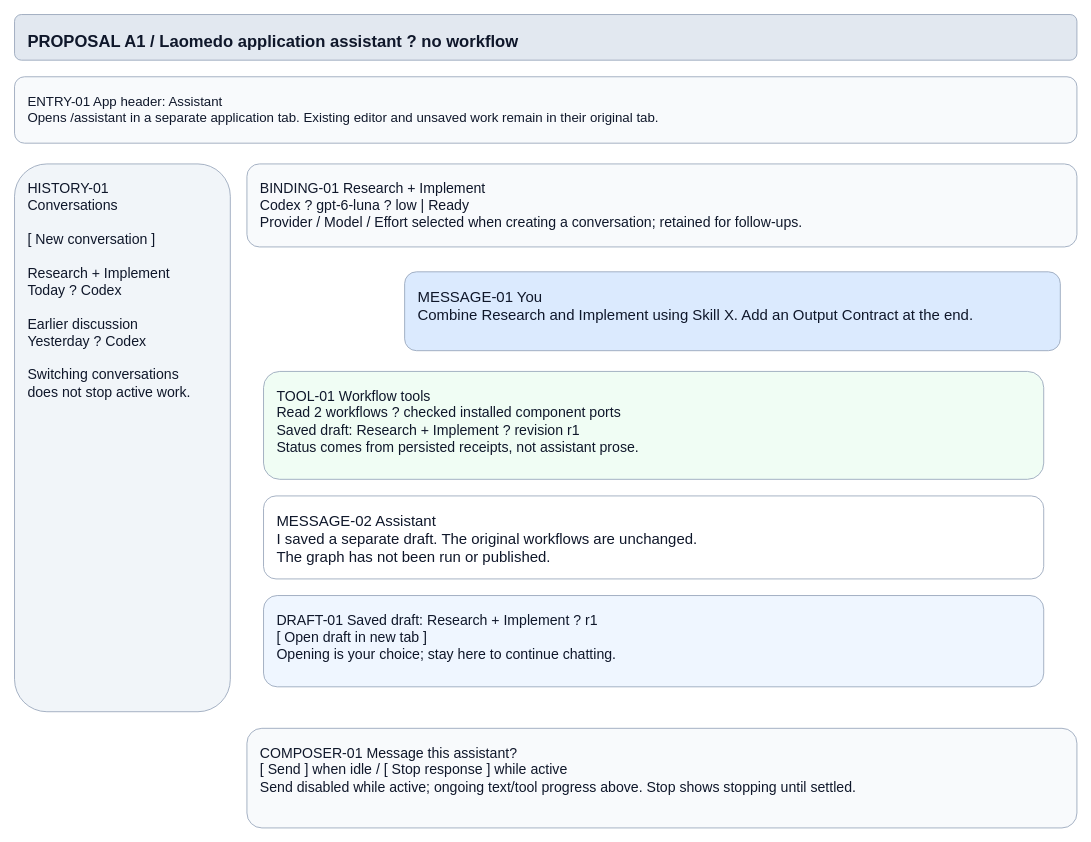
Earlier version of the draw.io diagram page "A1 - Normal persistent chat" (1 of 2) of projects/laomedo/subsystems/agent-execution/design/application-assistant.drawio (amadou-6e/specs). Source tidied: cells renumbered, new cells numbered last; positions are measured from the earlier drawing's top-left corner, leaving out a move shared by most shapes. Both pictures are drawn from the tidied source at 83%, with x=0, y=0 at pixel (14, 14).
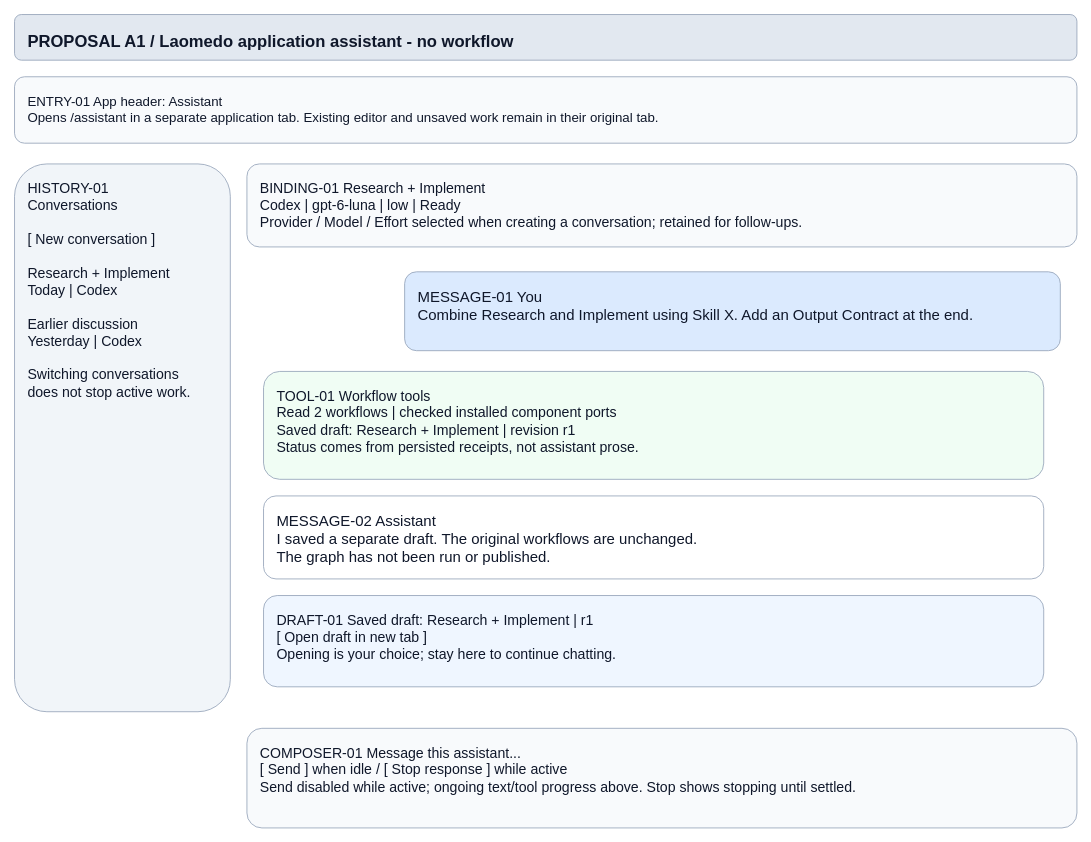
The same page after the edit.

Commit message (it also covers changes not shown here):
docs: make assistant state transitions readable

What changed in the source:
```diff
@@
 <mxGraphModel>
   <root>
     <mxCell id="0" />
     <mxCell id="1" parent="0" />
-    <mxCell id="2" value="PROPOSAL A1 / Laomedo application assistant ? no workflow" style="rounded=1;whiteSpace=wrap;html=0;fillColor=#e2e8f0;strokeColor=#94a3b8;fontColor=#0f172a;fontFamily=Arial;fontSize=20;align=left;verticalAlign=top;spacing=16;fontStyle=1;" parent="1" vertex="1">
+    <mxCell id="2" value="PROPOSAL A1 / Laomedo application assistant - no workflow" style="rounded=1;whiteSpace=wrap;html=0;fillColor=#e2e8f0;strokeColor=#94a3b8;fontColor=#0f172a;fontFamily=Arial;fontSize=20;align=left;verticalAlign=top;spacing=16;fontStyle=1;" parent="1" vertex="1">
       <mxGeometry width="1280" height="55" as="geometry" />
     </mxCell>
     <mxCell id="3" value="ENTRY-01  App header: Assistant&#10;Opens /assistant in a separate application tab. Existing editor and unsaved work remain in their original tab." style="rounded=1;whiteSpace=wrap;html=0;fillColor=#f8fafc;strokeColor=#94a3b8;fontColor=#0f172a;fontFamily=Arial;fontSize=16;align=left;verticalAlign=top;spacing=16;" parent="1" vertex="1">
       <mxGeometry y="75" width="1280" height="80" as="geometry" />
     </mxCell>
-    <mxCell id="4" value="HISTORY-01&#10;Conversations&#10;&#10;[ New conversation ]&#10;&#10;Research + Implement&#10;Today ? Codex&#10;&#10;Earlier discussion&#10;Yesterday ? Codex&#10;&#10;Switching conversations&#10;does not stop active work." style="rounded=1;whiteSpace=wrap;html=0;fillColor=#f1f5f9;strokeColor=#94a3b8;fontColor=#0f172a;fontFamily=Arial;fontSize=17;align=left;verticalAlign=top;spacing=16;" parent="1" vertex="1">
+    <mxCell id="4" value="HISTORY-01&#10;Conversations&#10;&#10;[ New conversation ]&#10;&#10;Research + Implement&#10;Today | Codex&#10;&#10;Earlier discussion&#10;Yesterday | Codex&#10;&#10;Switching conversations&#10;does not stop active work." style="rounded=1;whiteSpace=wrap;html=0;fillColor=#f1f5f9;strokeColor=#94a3b8;fontColor=#0f172a;fontFamily=Arial;fontSize=17;align=left;verticalAlign=top;spacing=16;" parent="1" vertex="1">
       <mxGeometry y="180" width="260" height="660" as="geometry" />
     </mxCell>
-    <mxCell id="5" value="BINDING-01  Research + Implement&#10;Codex ? gpt-6-luna ? low  |  Ready&#10;Provider / Model / Effort selected when creating a conversation; retained for follow-ups." style="rounded=1;whiteSpace=wrap;html=0;fillColor=#f8fafc;strokeColor=#94a3b8;fontColor=#0f172a;fontFamily=Arial;fontSize=17;align=left;verticalAlign=top;spacing=16;" parent="1" vertex="1">
+    <mxCell id="5" value="BINDING-01  Research + Implement&#10;Codex | gpt-6-luna | low  |  Ready&#10;Provider / Model / Effort selected when creating a conversation; retained for follow-ups." style="rounded=1;whiteSpace=wrap;html=0;fillColor=#f8fafc;strokeColor=#94a3b8;fontColor=#0f172a;fontFamily=Arial;fontSize=17;align=left;verticalAlign=top;spacing=16;" parent="1" vertex="1">
       <mxGeometry x="280" y="180" width="1000" height="100" as="geometry" />
     </mxCell>
     <mxCell id="6" value="MESSAGE-01  You&#10;Combine Research and Implement using Skill X. Add an Output Contract at the end." style="rounded=1;whiteSpace=wrap;html=0;fillColor=#dbeafe;strokeColor=#94a3b8;fontColor=#0f172a;fontFamily=Arial;fontSize=18;align=left;verticalAlign=top;spacing=16;" parent="1" vertex="1">
       <mxGeometry x="470" y="310" width="790" height="95" as="geometry" />
     </mxCell>
-    <mxCell id="7" value="TOOL-01  Workflow tools&#10;Read 2 workflows ? checked installed component ports&#10;Saved draft: Research + Implement ? revision r1&#10;Status comes from persisted receipts, not assistant prose." style="rounded=1;whiteSpace=wrap;html=0;fillColor=#f0fdf4;strokeColor=#94a3b8;fontColor=#0f172a;fontFamily=Arial;fontSize=17;align=left;verticalAlign=top;spacing=16;" parent="1" vertex="1">
+    <mxCell id="7" value="TOOL-01  Workflow tools&#10;Read 2 workflows | checked installed component ports&#10;Saved draft: Research + Implement | revision r1&#10;Status comes from persisted receipts, not assistant prose." style="rounded=1;whiteSpace=wrap;html=0;fillColor=#f0fdf4;strokeColor=#94a3b8;fontColor=#0f172a;fontFamily=Arial;fontSize=17;align=left;verticalAlign=top;spacing=16;" parent="1" vertex="1">
       <mxGeometry x="300" y="430" width="940" height="130" as="geometry" />
     </mxCell>
     <mxCell id="8" value="MESSAGE-02  Assistant&#10;I saved a separate draft. The original workflows are unchanged.&#10;The graph has not been run or published." style="rounded=1;whiteSpace=wrap;html=0;fillColor=#ffffff;strokeColor=#94a3b8;fontColor=#0f172a;fontFamily=Arial;fontSize=18;align=left;verticalAlign=top;spacing=16;" parent="1" vertex="1">
       <mxGeometry x="300" y="580" width="940" height="100" as="geometry" />
     </mxCell>
-    <mxCell id="9" value="DRAFT-01  Saved draft: Research + Implement ? r1&#10;[ Open draft in new tab ]&#10;Opening is your choice; stay here to continue chatting." style="rounded=1;whiteSpace=wrap;html=0;fillColor=#eff6ff;strokeColor=#94a3b8;fontColor=#0f172a;fontFamily=Arial;fontSize=17;align=left;verticalAlign=top;spacing=16;" parent="1" vertex="1">
+    <mxCell id="9" value="DRAFT-01  Saved draft: Research + Implement | r1&#10;[ Open draft in new tab ]&#10;Opening is your choice; stay here to continue chatting." style="rounded=1;whiteSpace=wrap;html=0;fillColor=#eff6ff;strokeColor=#94a3b8;fontColor=#0f172a;fontFamily=Arial;fontSize=17;align=left;verticalAlign=top;spacing=16;" parent="1" vertex="1">
       <mxGeometry x="300" y="700" width="940" height="110" as="geometry" />
     </mxCell>
-    <mxCell id="10" value="COMPOSER-01  Message this assistant?&#10;[ Send ] when idle   /   [ Stop response ] while active&#10;Send disabled while active; ongoing text/tool progress above. Stop shows stopping until settled." style="rounded=1;whiteSpace=wrap;html=0;fillColor=#f8fafc;strokeColor=#94a3b8;fontColor=#0f172a;fontFamily=Arial;fontSize=17;align=left;verticalAlign=top;spacing=16;" parent="1" vertex="1">
+    <mxCell id="10" value="COMPOSER-01  Message this assistant...&#10;[ Send ] when idle   /   [ Stop response ] while active&#10;Send disabled while active; ongoing text/tool progress above. Stop shows stopping until settled." style="rounded=1;whiteSpace=wrap;html=0;fillColor=#f8fafc;strokeColor=#94a3b8;fontColor=#0f172a;fontFamily=Arial;fontSize=17;align=left;verticalAlign=top;spacing=16;" parent="1" vertex="1">
       <mxGeometry x="280" y="860" width="1000" height="120" as="geometry" />
     </mxCell>
   </root>
 </mxGraphModel>
```
